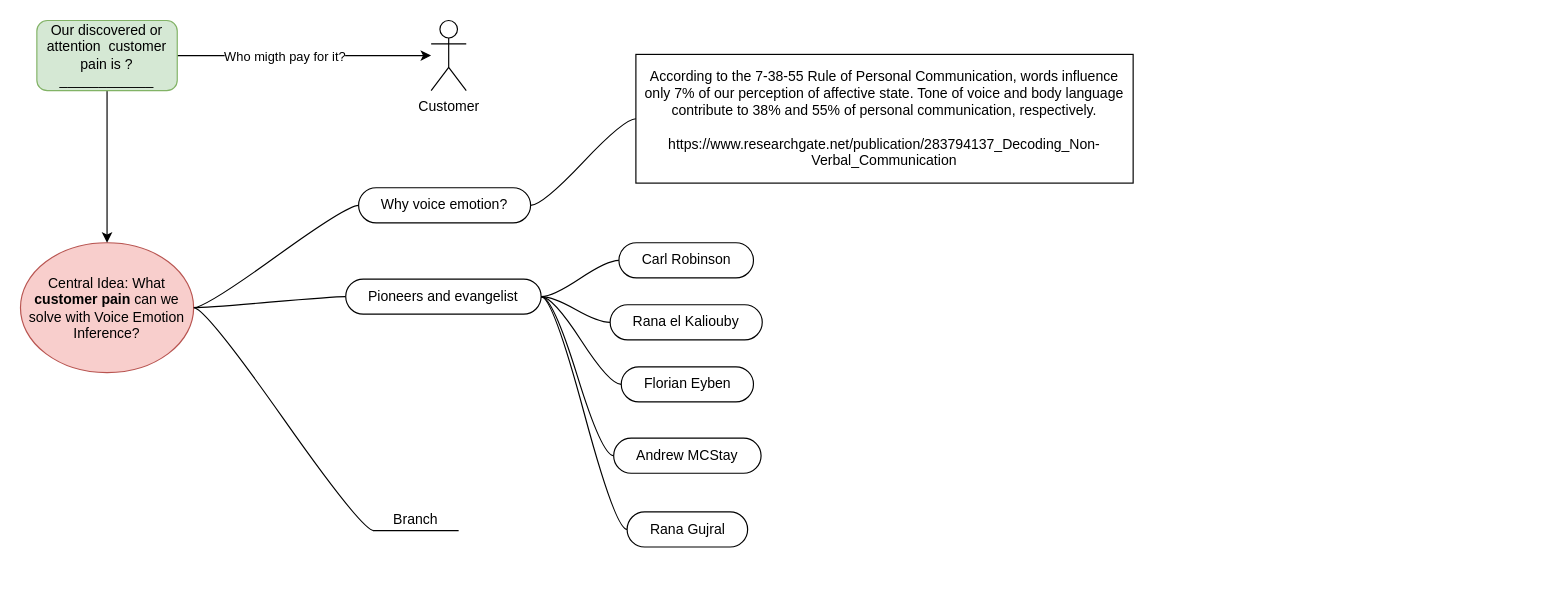
Before: SER-mind-map-ryd.drawio in beltrewilton/ser_research, a draw.io diagram. Source tidied: cells renumbered, new cells numbered last; positions are measured from the earlier drawing's top-left corner, leaving out a move shared by most shapes. Both pictures are drawn from the tidied source at 117%, with x=0, y=0 at pixel (20, 20).
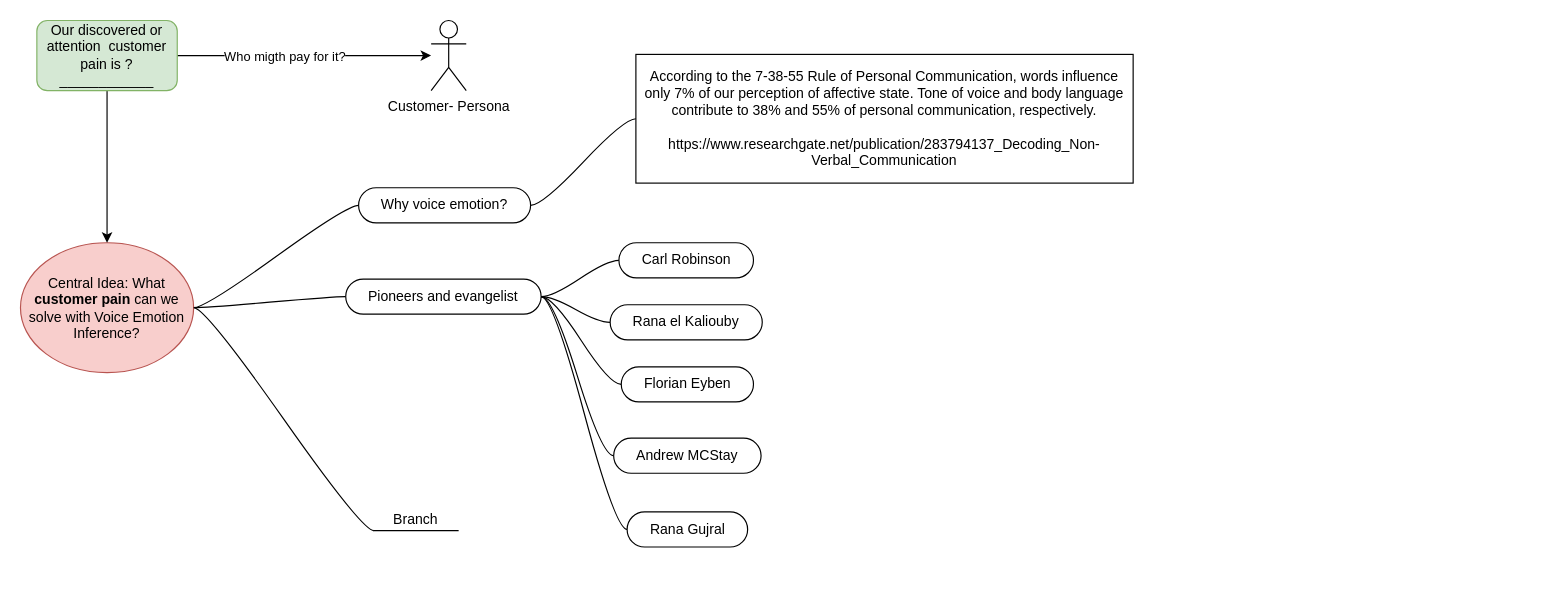
The same diagram, later.

Commit message (it also covers changes not shown here):
diagram page

Change to the diagram source:
```diff
@@
-    <mxCell id="22" value="Customer" style="shape=umlActor;verticalLabelPosition=bottom;verticalAlign=top;html=1;outlineConnect=0;strokeColor=default;fillColor=default;" parent="1" vertex="1">
+    <mxCell id="22" value="Customer- Persona" style="shape=umlActor;verticalLabelPosition=bottom;verticalAlign=top;html=1;outlineConnect=0;strokeColor=default;fillColor=default;" parent="1" vertex="1">
       <mxGeometry x="351" width="30" height="60" as="geometry" />
     </mxCell>
```
